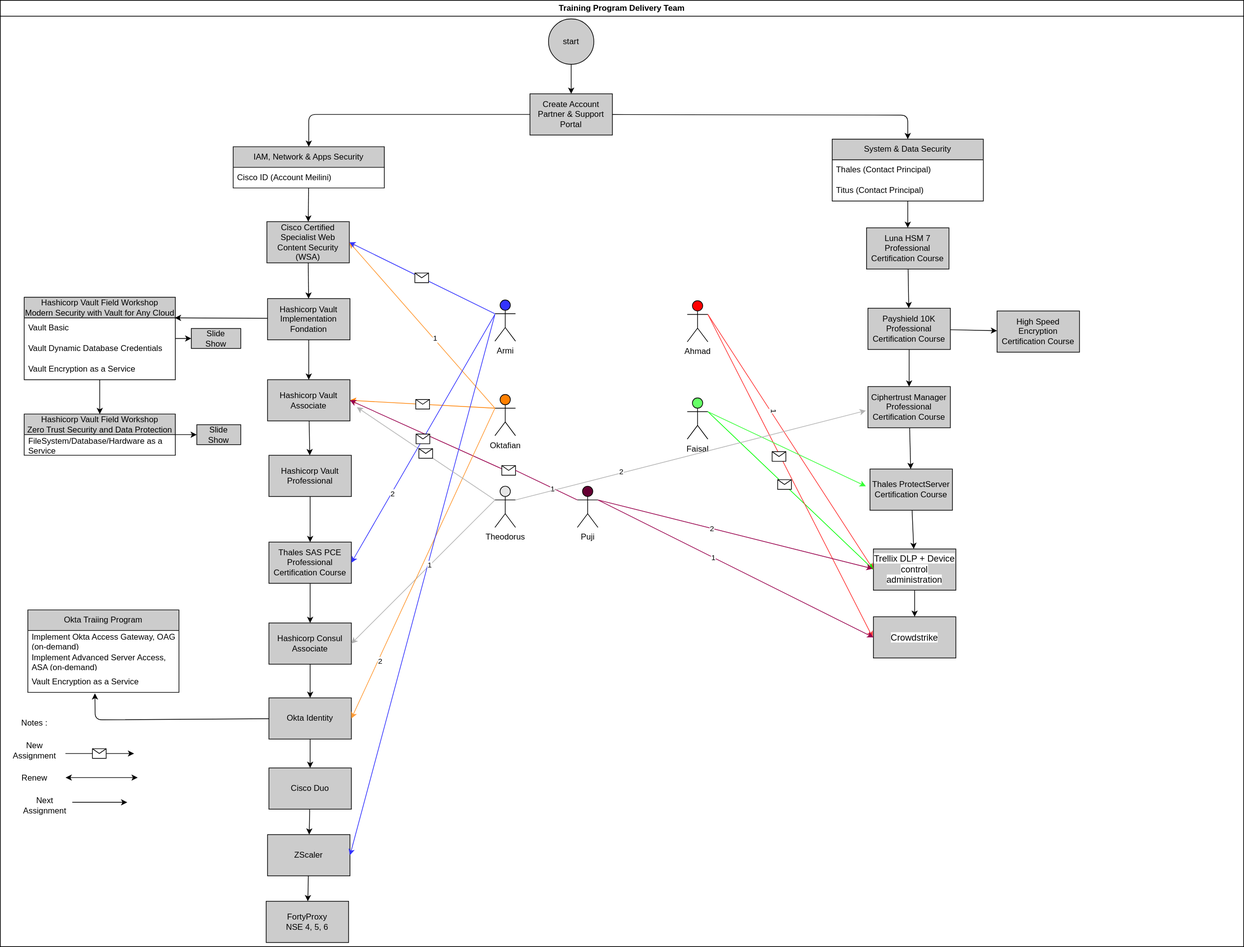
pujiriawan/Publish_Progress_Training keeps this draw.io diagram as Reference/Training_Program_Delivery_Team.drawio.svg. Above is the earlier version. Source tidied: cells renumbered, new cells last; positions are measured from the earlier drawing's top-left corner, leaving out a move shared by most shapes.
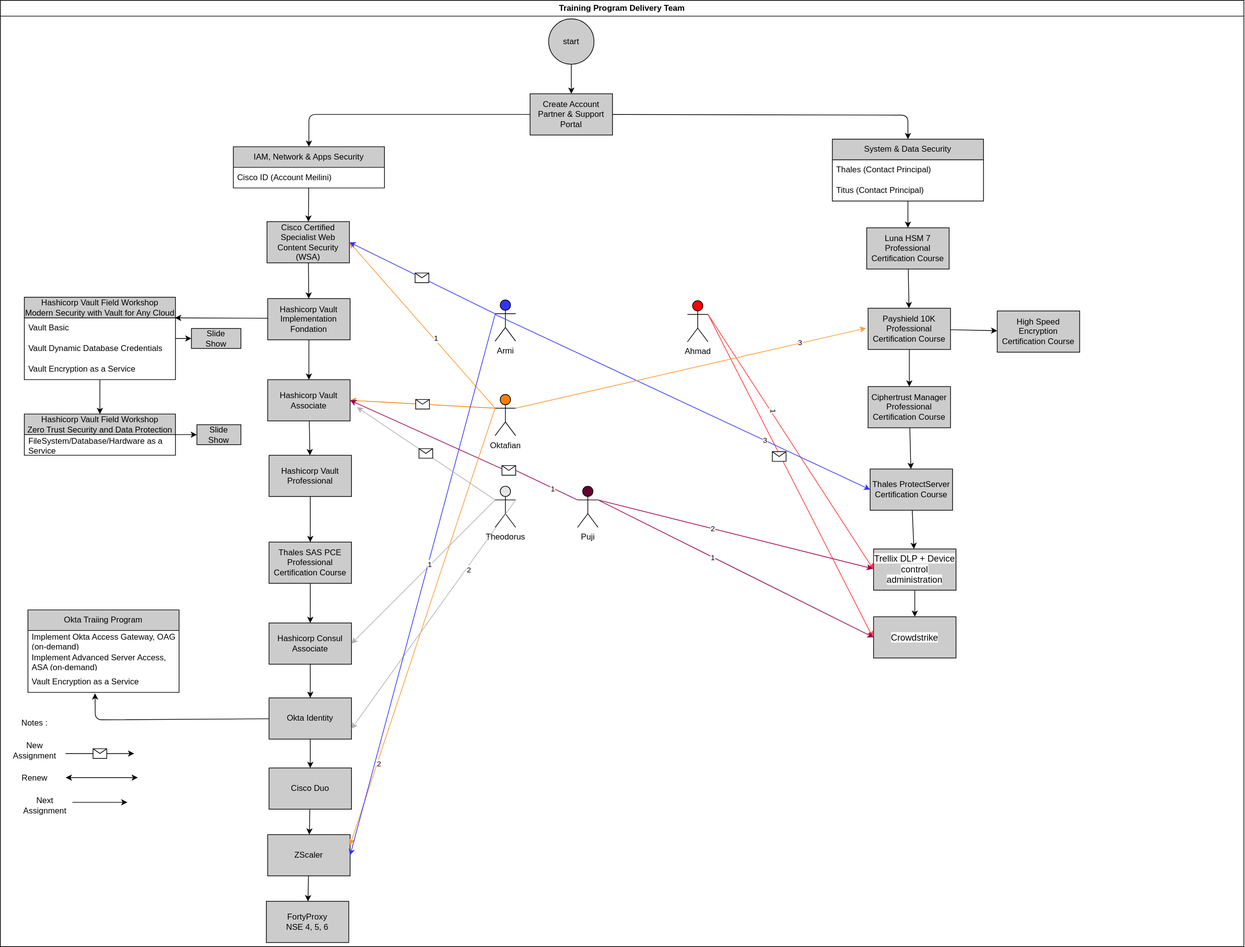
After the change.

Diff of the diagram source:
```diff
@@ -185,9 +185,6 @@
     <mxCell id="55" value="Ahmad" style="shape=umlActor;verticalLabelPosition=bottom;verticalAlign=top;html=1;outlineConnect=0;fillColor=#FF0000;" parent="2" vertex="1">
       <mxGeometry x="1000" y="437" width="30" height="60" as="geometry" />
     </mxCell>
-    <mxCell id="56" value="Faisal" style="shape=umlActor;verticalLabelPosition=bottom;verticalAlign=top;html=1;outlineConnect=0;fillColor=#66FF66;" parent="2" vertex="1">
-      <mxGeometry x="1000" y="578.5" width="30" height="60" as="geometry" />
-    </mxCell>
     <mxCell id="57" value="Armi" style="shape=umlActor;verticalLabelPosition=bottom;verticalAlign=top;html=1;outlineConnect=0;fillColor=#3333FF;" parent="2" vertex="1">
       <mxGeometry x="720" y="436" width="30" height="60" as="geometry" />
     </mxCell>
@@ -203,14 +200,6 @@
     <mxCell id="61" value="1" style="edgeLabel;html=1;align=center;verticalAlign=middle;rotation=90;" parent="60" vertex="1">
       <mxGeometry x="-0.23" y="5" relative="1" as="geometry" />
     </mxCell>
-    <mxCell id="62" style="endArrow=classic;html=1;exitX=1;exitY=0.3333333333333333;exitDx=0;exitDy=0;exitPerimeter=0;entryX=0;entryY=0.5;entryDx=0;entryDy=0;strokeColor=#00FF00;" parent="2" edge="1" source="56" target="19">
-      <mxGeometry relative="1" as="geometry" />
-    </mxCell>
-    <mxCell id="63" style="shape=message;html=1;" parent="62" vertex="1">
-      <mxGeometry width="20" height="14" relative="1" as="geometry">
-        <mxPoint x="-19" y="-16" as="offset" />
-      </mxGeometry>
-    </mxCell>
     <mxCell id="64" style="endArrow=classic;html=1;exitX=1;exitY=0.3333333333333333;exitDx=0;exitDy=0;exitPerimeter=0;strokeColor=#FF3333;" parent="2" edge="1" source="55">
       <mxGeometry relative="1" as="geometry">
         <mxPoint x="1270" y="927" as="targetPoint" />
@@ -278,7 +267,7 @@
     <mxCell id="82" value="FortyProxy&lt;br&gt;NSE 4, 5, 6" style="whiteSpace=wrap;html=1;fillColor=#CCCCCC;" parent="2" vertex="1">
       <mxGeometry x="387" y="1311" width="120" height="60" as="geometry" />
     </mxCell>
-    <mxCell id="83" style="endArrow=classic;html=1;entryX=1;entryY=0.5;entryDx=0;entryDy=0;strokeColor=#FF9933;exitX=0;exitY=0.3333333333333333;exitDx=0;exitDy=0;exitPerimeter=0;" parent="2" edge="1" source="58" target="73">
+    <mxCell id="83" style="endArrow=classic;html=1;entryX=1;entryY=0.25;entryDx=0;entryDy=0;strokeColor=#FF9933;exitX=0;exitY=0.3333333333333333;exitDx=0;exitDy=0;exitPerimeter=0;" parent="2" edge="1" source="58" target="77">
       <mxGeometry relative="1" as="geometry" />
     </mxCell>
     <mxCell id="84" value="2" style="edgeLabel;html=1;align=center;verticalAlign=middle;" parent="83" vertex="1">
@@ -311,6 +300,12 @@
     <mxCell id="93" value="1" style="edgeLabel;html=1;align=center;verticalAlign=middle;" parent="92" vertex="1">
       <mxGeometry x="-0.2" y="1" relative="1" as="geometry" />
     </mxCell>
+    <mxCell id="108" style="endArrow=classic;html=1;exitX=1;exitY=0.3333333333333333;exitDx=0;exitDy=0;exitPerimeter=0;strokeColor=#B3B3B3;entryX=1;entryY=0.75;entryDx=0;entryDy=0;" parent="2" edge="1" source="59" target="73">
+      <mxGeometry relative="1" as="geometry" />
+    </mxCell>
+    <mxCell id="109" value="2" style="edgeLabel;html=1;align=center;verticalAlign=middle;" parent="108" vertex="1">
+      <mxGeometry x="-0.4" y="3" relative="1" as="geometry" />
+    </mxCell>
     <mxCell id="94" value="Slide &lt;br&gt;Show" style="whiteSpace=wrap;html=1;fillColor=#CCCCCC;" parent="1" vertex="1">
       <mxGeometry x="278" y="477.5" width="72" height="29" as="geometry" />
     </mxCell>
@@ -323,11 +318,6 @@
     <mxCell id="97" style="edgeStyle=orthogonalEdgeStyle;rounded=0;jettySize=auto;html=1;" parent="1" edge="1" source="45" target="96">
       <mxGeometry relative="1" as="geometry" />
     </mxCell>
-    <mxCell id="98" style="endArrow=classic;html=1;exitX=1;exitY=0.3333333333333333;exitDx=0;exitDy=0;exitPerimeter=0;strokeColor=#33FF33;" parent="1" edge="1" source="56">
-      <mxGeometry relative="1" as="geometry">
-        <mxPoint x="1260" y="707" as="targetPoint" />
-      </mxGeometry>
-    </mxCell>
     <mxCell id="99" style="endArrow=classic;html=1;entryX=1;entryY=0.5;entryDx=0;entryDy=0;strokeColor=#3333FF;" parent="1" edge="1" target="77">
       <mxGeometry relative="1" as="geometry">
         <mxPoint x="720" y="457" as="sourcePoint" />
@@ -357,29 +347,24 @@
     <mxCell id="104" value="2" style="edgeLabel;html=1;align=center;verticalAlign=middle;" parent="103" vertex="1">
       <mxGeometry x="-0.17" relative="1" as="geometry" />
     </mxCell>
-    <mxCell id="105" style="endArrow=classic;html=1;entryX=1;entryY=0.5;entryDx=0;entryDy=0;strokeColor=#3333FF;" parent="1" edge="1" target="33">
+    <mxCell id="105" style="endArrow=classic;html=1;entryX=0;entryY=0.5;entryDx=0;entryDy=0;strokeColor=#3333FF;" parent="1" edge="1" target="29">
       <mxGeometry relative="1" as="geometry">
         <mxPoint x="720" y="457" as="sourcePoint" />
       </mxGeometry>
     </mxCell>
-    <mxCell id="106" style="shape=message;html=1;" parent="105" vertex="1">
-      <mxGeometry width="20" height="14" relative="1" as="geometry">
-        <mxPoint x="-10" y="-7" as="offset" />
-      </mxGeometry>
-    </mxCell>
-    <mxCell id="107" value="2" style="edgeLabel;html=1;align=center;verticalAlign=middle;" parent="105" vertex="1">
+    <mxCell id="107" value="3" style="edgeLabel;html=1;align=center;verticalAlign=middle;" parent="105" vertex="1">
       <mxGeometry x="0.44" y="1" relative="1" as="geometry" />
     </mxCell>
-    <mxCell id="108" style="endArrow=classic;html=1;exitX=1;exitY=0.3333333333333333;exitDx=0;exitDy=0;exitPerimeter=0;strokeColor=#B3B3B3;" parent="1" edge="1" source="59">
-      <mxGeometry relative="1" as="geometry">
-        <mxPoint x="1260" y="597" as="targetPoint" />
-      </mxGeometry>
-    </mxCell>
-    <mxCell id="109" value="2" style="edgeLabel;html=1;align=center;verticalAlign=middle;" parent="108" vertex="1">
-      <mxGeometry x="-0.4" y="3" relative="1" as="geometry" />
-    </mxCell>
     <mxCell id="110" style="shape=message;html=1;" parent="1" vertex="1">
       <mxGeometry x="1123.6" y="656.8" width="20" height="14" as="geometry" />
     </mxCell>
+    <mxCell id="111" style="endArrow=classic;html=1;strokeColor=#FF9933;exitX=1;exitY=0.3333333333333333;exitDx=0;exitDy=0;exitPerimeter=0;" parent="1" edge="1" source="58">
+      <mxGeometry relative="1" as="geometry">
+        <mxPoint x="1260" y="477" as="targetPoint" />
+      </mxGeometry>
+    </mxCell>
+    <mxCell id="112" value="3" style="edgeLabel;html=1;align=center;verticalAlign=middle;" parent="111" vertex="1">
+      <mxGeometry x="0.62" y="2" relative="1" as="geometry" />
+    </mxCell>
   </root>
 </mxGraphModel>
```
